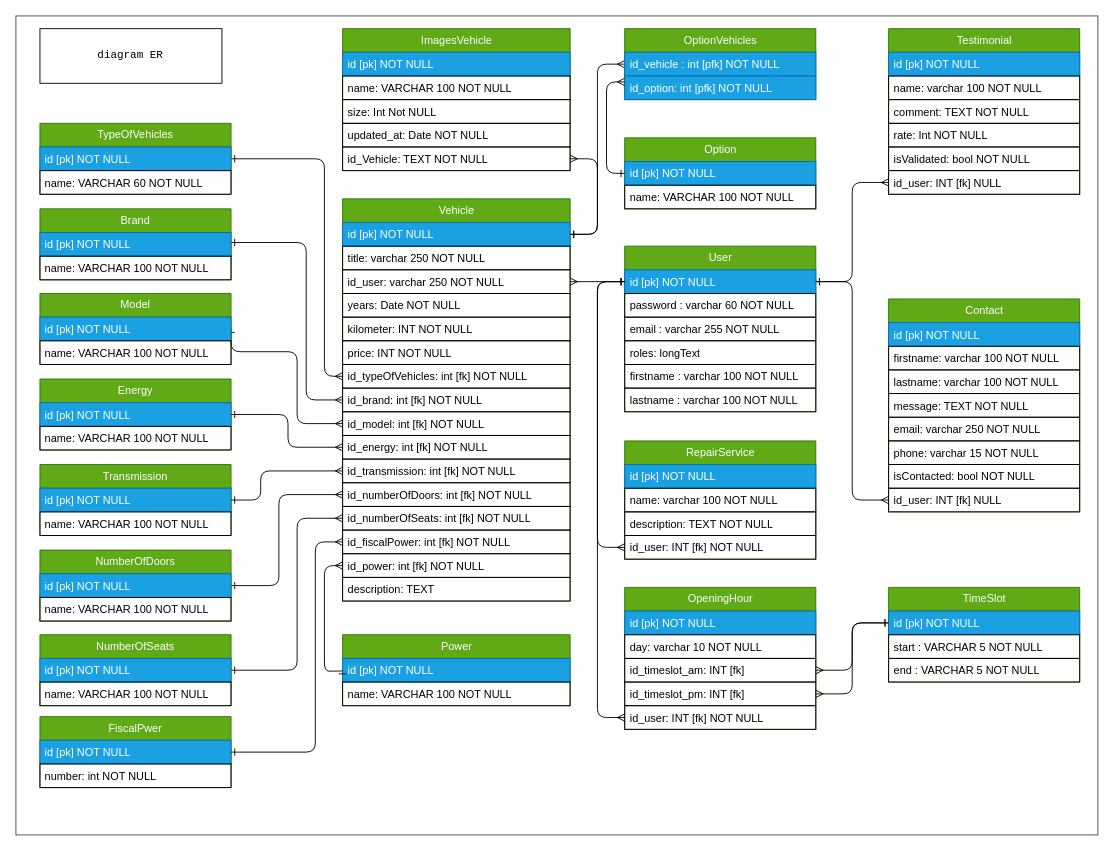
This is documentations/DIO/diag-ER.dio from SandrineOrieux/Garage-V-Parrot, a draw.io file, before an edit. Source tidied: cells renumbered, new cells numbered last; positions are measured from the earlier drawing's top-left corner, leaving out a move shared by most shapes. Both pictures are drawn from the tidied source at 91%, with x=0, y=0 at pixel (15, 15).
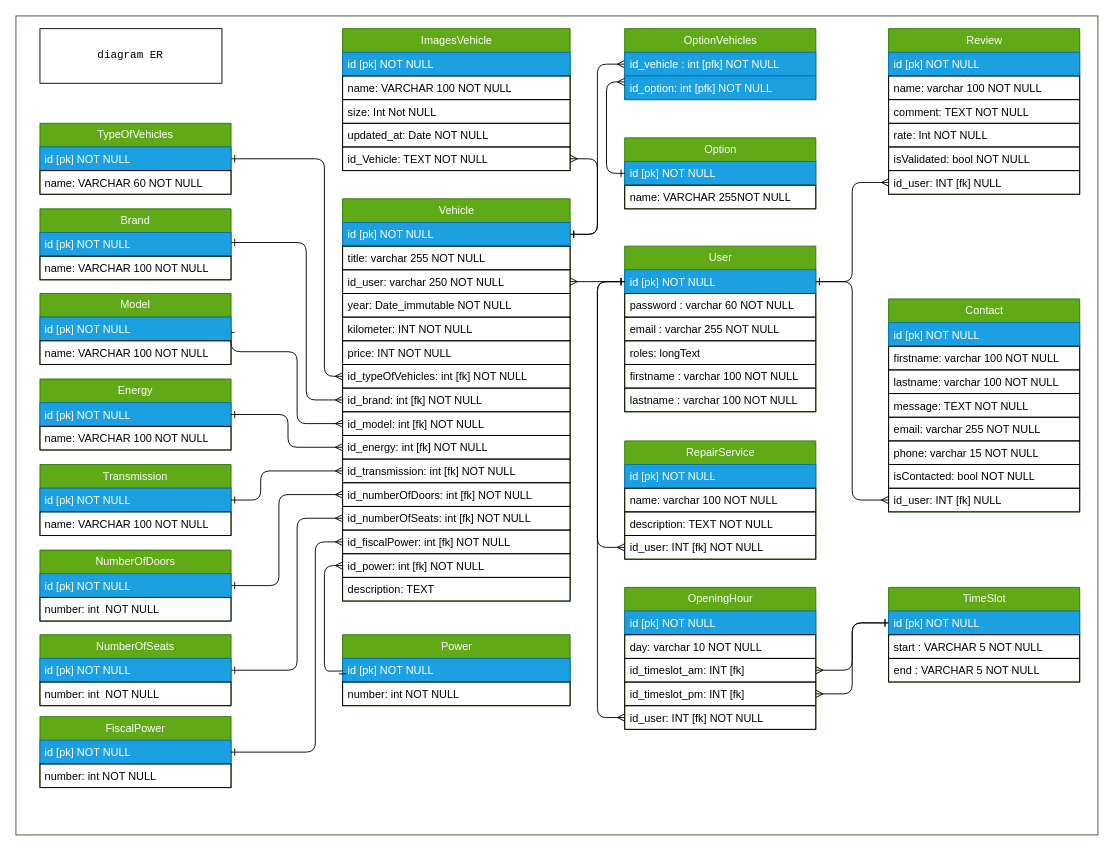
The same page after the edit.

Unchanged cells that the change refers to:
```xml
<mxCell id="27" value="Vehicle" style="swimlane;fontStyle=0;horizontal=1;startSize=26;fillColor=#60a917;html=1;strokeColor=#2D7600;fontColor=#ffffff;" parent="1" vertex="1">
  <mxGeometry x="359" y="201" width="250" height="442" as="geometry" />
</mxCell>
<mxCell id="56" value="Option" style="swimlane;fontStyle=0;horizontal=1;startSize=26;fillColor=#60a917;html=1;strokeColor=#2D7600;fontColor=#ffffff;" parent="1" vertex="1">
  <mxGeometry x="669" y="134" width="210" height="78" as="geometry" />
</mxCell>
<mxCell id="66" value="NumberOfDoors" style="swimlane;fontStyle=0;horizontal=1;startSize=26;fillColor=#60a917;html=1;strokeColor=#2D7600;fontColor=#ffffff;" parent="1" vertex="1">
  <mxGeometry x="26.4" y="587" width="210" height="78" as="geometry" />
</mxCell>
<mxCell id="69" value="Power" style="swimlane;fontStyle=0;horizontal=1;startSize=26;fillColor=#60a917;html=1;strokeColor=#2D7600;fontColor=#ffffff;" parent="1" vertex="1">
  <mxGeometry x="359" y="680" width="250" height="78" as="geometry" />
</mxCell>
<mxCell id="79" value="NumberOfSeats" style="swimlane;fontStyle=0;horizontal=1;startSize=26;fillColor=#60a917;html=1;strokeColor=#2D7600;fontColor=#ffffff;" parent="1" vertex="1">
  <mxGeometry x="26.4" y="680" width="210" height="78" as="geometry" />
</mxCell>
<mxCell id="90" value="Contact" style="swimlane;fontStyle=0;horizontal=1;startSize=26;fillColor=#60a917;html=1;strokeColor=#2D7600;fontColor=#ffffff;" parent="1" vertex="1">
  <mxGeometry x="959" y="311" width="210" height="234" as="geometry" />
</mxCell>
```

The edit, as a diff of the source:
```diff
@@
-    <mxCell id="29" value="title: varchar 250 NOT NULL&amp;nbsp;" style="text;strokeColor=#000000;fillColor=none;align=left;verticalAlign=top;spacingLeft=4;spacingRight=4;overflow=hidden;whiteSpace=wrap;html=1;fontColor=#000000;" parent="27" vertex="1">
+    <mxCell id="29" value="title: varchar 255 NOT NULL&amp;nbsp;" style="text;strokeColor=#000000;fillColor=none;align=left;verticalAlign=top;spacingLeft=4;spacingRight=4;overflow=hidden;whiteSpace=wrap;html=1;fontColor=#000000;" parent="27" vertex="1">
       <mxGeometry y="52" width="250" height="26" as="geometry" />
     </mxCell>
@@
-    <mxCell id="31" value="years: Date NOT NULL" style="text;strokeColor=#000000;fillColor=none;align=left;verticalAlign=top;spacingLeft=4;spacingRight=4;overflow=hidden;whiteSpace=wrap;html=1;fontColor=#000000;" parent="27" vertex="1">
+    <mxCell id="31" value="year: Date_immutable NOT NULL" style="text;strokeColor=#000000;fillColor=none;align=left;verticalAlign=top;spacingLeft=4;spacingRight=4;overflow=hidden;whiteSpace=wrap;html=1;fontColor=#000000;" parent="27" vertex="1">
       <mxGeometry y="104" width="250" height="26" as="geometry" />
     </mxCell>
@@
-    <mxCell id="58" value="name: VARCHAR 100 NOT NULL" style="text;strokeColor=#000000;fillColor=none;align=left;verticalAlign=top;spacingLeft=4;spacingRight=4;overflow=hidden;whiteSpace=wrap;html=1;fontColor=#000000;" parent="56" vertex="1">
+    <mxCell id="58" value="name: VARCHAR 255NOT NULL" style="text;strokeColor=#000000;fillColor=none;align=left;verticalAlign=top;spacingLeft=4;spacingRight=4;overflow=hidden;whiteSpace=wrap;html=1;fontColor=#000000;" parent="56" vertex="1">
       <mxGeometry y="52" width="210" height="26" as="geometry" />
     </mxCell>
@@
-    <mxCell id="68" value="name: VARCHAR 100 NOT NULL" style="text;strokeColor=#000000;fillColor=none;align=left;verticalAlign=top;spacingLeft=4;spacingRight=4;overflow=hidden;whiteSpace=wrap;html=1;fontColor=#000000;" parent="66" vertex="1">
+    <mxCell id="68" value="number: int&amp;nbsp; NOT NULL" style="text;strokeColor=#000000;fillColor=none;align=left;verticalAlign=top;spacingLeft=4;spacingRight=4;overflow=hidden;whiteSpace=wrap;html=1;fontColor=#000000;" parent="66" vertex="1">
       <mxGeometry y="52" width="210" height="26" as="geometry" />
     </mxCell>
@@
-    <mxCell id="71" value="name: VARCHAR 100 NOT NULL" style="text;strokeColor=#000000;fillColor=none;align=left;verticalAlign=top;spacingLeft=4;spacingRight=4;overflow=hidden;whiteSpace=wrap;html=1;fontColor=#000000;" parent="69" vertex="1">
-      <mxGeometry y="52" width="250" height="26" as="geometry" />
-    </mxCell>
+    <mxCell id="117" value="number: int NOT NULL" style="text;strokeColor=#000000;fillColor=none;align=left;verticalAlign=top;spacingLeft=4;spacingRight=4;overflow=hidden;whiteSpace=wrap;html=1;fontColor=#000000;" parent="69" vertex="1">
+      <mxGeometry y="52" width="250" height="26" as="geometry" />
+    </mxCell>
@@
-    <mxCell id="81" value="name: VARCHAR 100 NOT NULL" style="text;strokeColor=#000000;fillColor=none;align=left;verticalAlign=top;spacingLeft=4;spacingRight=4;overflow=hidden;whiteSpace=wrap;html=1;fontColor=#000000;" parent="79" vertex="1">
-      <mxGeometry y="52" width="210" height="26" as="geometry" />
-    </mxCell>
+    <mxCell id="118" value="number: int&amp;nbsp; NOT NULL" style="text;strokeColor=#000000;fillColor=none;align=left;verticalAlign=top;spacingLeft=4;spacingRight=4;overflow=hidden;whiteSpace=wrap;html=1;fontColor=#000000;" parent="79" vertex="1">
+      <mxGeometry y="52" width="210" height="26" as="geometry" />
+    </mxCell>
@@
-    <mxCell id="83" value="Testimonial" style="swimlane;fontStyle=0;horizontal=1;startSize=26;fillColor=#60a917;html=1;strokeColor=#2D7600;fontColor=#ffffff;" parent="1" vertex="1">
+    <mxCell id="83" value="Review" style="swimlane;fontStyle=0;horizontal=1;startSize=26;fillColor=#60a917;html=1;strokeColor=#2D7600;fontColor=#ffffff;" parent="1" vertex="1">
       <mxGeometry x="959" y="14" width="210" height="182" as="geometry" />
     </mxCell>
@@
-    <mxCell id="95" value="email: varchar 250 NOT NULL" style="text;strokeColor=#000000;fillColor=none;align=left;verticalAlign=top;spacingLeft=4;spacingRight=4;overflow=hidden;whiteSpace=wrap;html=1;fontColor=#000000;" parent="90" vertex="1">
+    <mxCell id="95" value="email: varchar 255 NOT NULL" style="text;strokeColor=#000000;fillColor=none;align=left;verticalAlign=top;spacingLeft=4;spacingRight=4;overflow=hidden;whiteSpace=wrap;html=1;fontColor=#000000;" parent="90" vertex="1">
       <mxGeometry y="130" width="210" height="26" as="geometry" />
     </mxCell>
@@
-    <mxCell id="113" value="FiscalPwer" style="swimlane;fontStyle=0;horizontal=1;startSize=26;fillColor=#60a917;html=1;strokeColor=#2D7600;fontColor=#ffffff;" parent="1" vertex="1">
+    <mxCell id="113" value="FiscalPower" style="swimlane;fontStyle=0;horizontal=1;startSize=26;fillColor=#60a917;html=1;strokeColor=#2D7600;fontColor=#ffffff;" parent="1" vertex="1">
       <mxGeometry x="26.4" y="770" width="210" height="78" as="geometry" />
     </mxCell>
```
